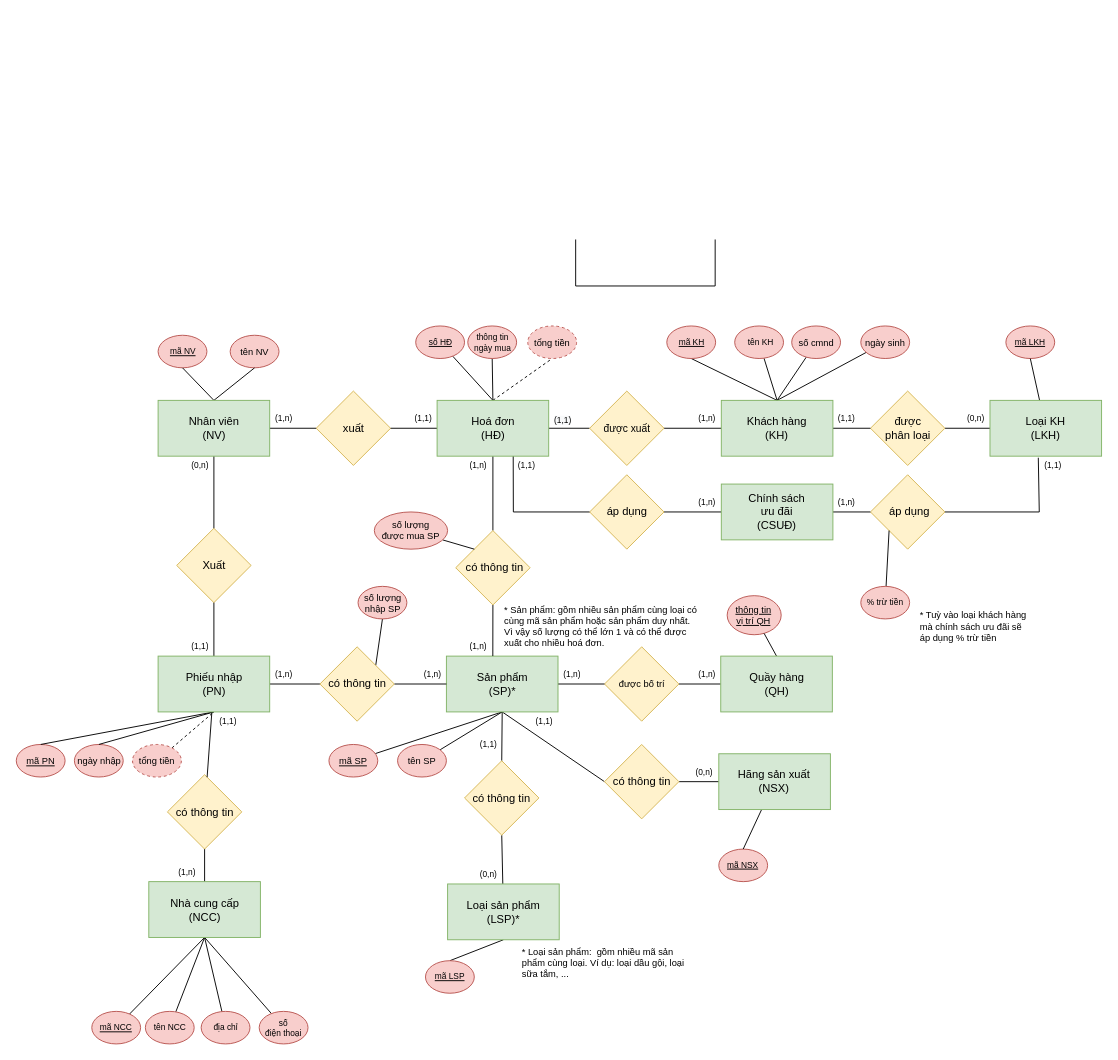
Above: EXERCISES/ER Diagram.drawio in andytino/Documents-Database (draw.io), before the change. Source tidied: cells renumbered, new cells numbered last; positions are measured from the earlier drawing's top-left corner, leaving out a move shared by most shapes. Both pictures are drawn from the tidied source at 93%, with x=0, y=0 at pixel (16, 118).
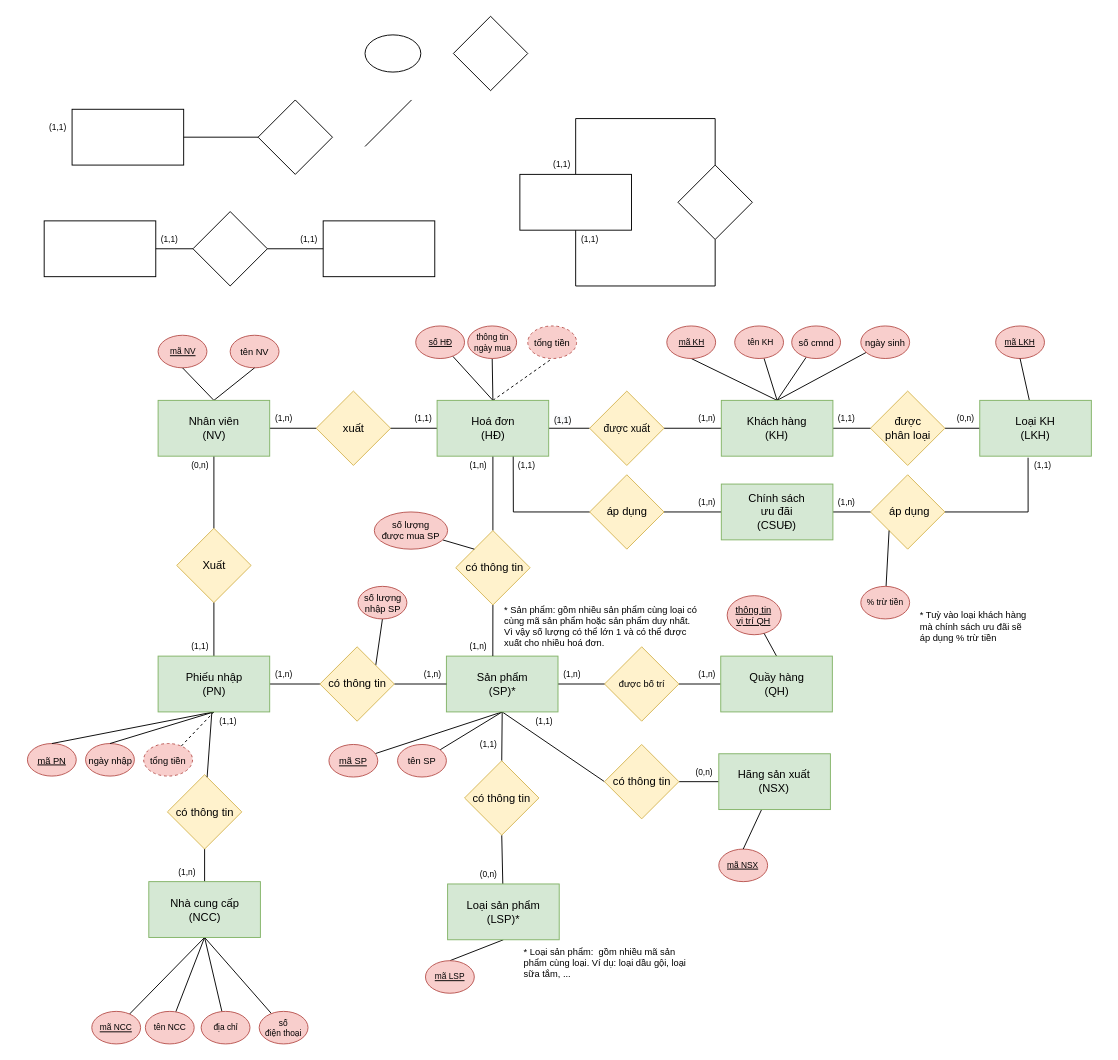
After the change.

Unchanged cells that the change refers to:
```xml
<mxCell id="2" style="group;" parent="1" vertex="1">
  <mxGeometry x="541.5" width="250" height="180" as="geometry" />
</mxCell>
<mxCell id="10" value="&amp;nbsp;áp dụng" style="rhombus;whiteSpace=wrap;html=1;rotation=0;fillColor=#fff2cc;strokeColor=#d6b656;" parent="1" vertex="1">
  <mxGeometry x="918.5" y="383" width="80" height="80" as="geometry" />
</mxCell>
```

The edit, as a diff of the source:
```diff
@@
+    <mxCell id="130" style="ellipse;whiteSpace=wrap;html=1;" parent="1" vertex="1">
+      <mxGeometry x="375" y="-90" width="60" height="40" as="geometry" />
+    </mxCell>
+    <mxCell id="131" style="endArrow=none;html=1;rounded=0;" parent="1" edge="1">
+      <mxGeometry relative="1" as="geometry">
+        <mxPoint x="375" y="30" as="sourcePoint" />
+        <mxPoint x="425" y="-20" as="targetPoint" />
+      </mxGeometry>
+    </mxCell>
@@
+    <mxCell id="132" style="rhombus;whiteSpace=wrap;html=1;fontFamily=Helvetica;fontSize=11;fontColor=default;" parent="2" vertex="1">
+      <mxGeometry x="170" y="50" width="80" height="80" as="geometry" />
+    </mxCell>
+    <mxCell id="133" style="edgeStyle=none;shape=connector;rounded=0;jettySize=auto;html=1;exitX=0.5;exitY=0;exitDx=0;exitDy=0;entryX=0.5;entryY=0;entryDx=0;entryDy=0;labelBackgroundColor=default;fontFamily=Helvetica;fontSize=11;fontColor=default;endArrow=none;strokeColor=default;" parent="2" edge="1" source="135" target="132">
+      <mxGeometry relative="1" as="geometry">
+        <Array as="points">
+          <mxPoint x="60" />
+          <mxPoint x="210" />
+        </Array>
+      </mxGeometry>
+    </mxCell>
-    <mxCell id="3" style="edgeStyle=none;shape=connector;rounded=0;orthogonalLoop=1;jettySize=auto;html=1;entryX=0.5;entryY=1;entryDx=0;entryDy=0;labelBackgroundColor=default;fontFamily=Helvetica;fontSize=11;fontColor=default;endArrow=none;strokeColor=default;exitX=0.5;exitY=1;exitDx=0;exitDy=0;" parent="2" edge="1">
+    <mxCell id="3" style="edgeStyle=none;shape=connector;rounded=0;jettySize=auto;html=1;entryX=0.5;entryY=1;entryDx=0;entryDy=0;labelBackgroundColor=default;fontFamily=Helvetica;fontSize=11;fontColor=default;endArrow=none;strokeColor=default;exitX=0.5;exitY=1;exitDx=0;exitDy=0;" parent="2" edge="1" source="135" target="132">
       <mxGeometry relative="1" as="geometry">
-        <mxPoint x="60" y="130" as="sourcePoint" />
-        <mxPoint x="210" y="130" as="targetPoint" />
         <Array as="points">
           <mxPoint x="60" y="180" />
           <mxPoint x="210" y="180" />
         </Array>
       </mxGeometry>
     </mxCell>
+    <mxCell id="134" style="group;" parent="2" vertex="1">
+      <mxGeometry y="40" width="120" height="100" as="geometry" />
+    </mxCell>
+    <mxCell id="135" style="rounded=0;whiteSpace=wrap;html=1;fontFamily=Helvetica;fontSize=11;fontColor=default;" parent="134" vertex="1">
+      <mxGeometry y="20" width="120" height="60" as="geometry" />
+    </mxCell>
+    <mxCell id="136" value="(1,1)" style="text;html=1;strokeColor=none;fillColor=none;align=center;verticalAlign=middle;whiteSpace=wrap;rounded=0;fontFamily=Helvetica;fontSize=9;fontColor=default;" parent="134" vertex="1">
+      <mxGeometry x="30" width="30" height="20" as="geometry" />
+    </mxCell>
+    <mxCell id="137" value="(1,1)" style="text;html=1;strokeColor=none;fillColor=none;align=center;verticalAlign=middle;whiteSpace=wrap;rounded=0;fontFamily=Helvetica;fontSize=9;fontColor=default;" parent="134" vertex="1">
+      <mxGeometry x="60" y="80" width="30" height="20" as="geometry" />
+    </mxCell>
+    <mxCell id="138" style="group;" parent="1" vertex="1">
+      <mxGeometry x="30" y="-10" width="150" height="60" as="geometry" />
+    </mxCell>
+    <mxCell id="139" style="rounded=0;whiteSpace=wrap;html=1;" parent="138" vertex="1">
+      <mxGeometry x="30" width="120" height="60" as="geometry" />
+    </mxCell>
+    <mxCell id="140" value="(1,1)" style="text;html=1;strokeColor=none;fillColor=none;align=center;verticalAlign=middle;whiteSpace=wrap;rounded=0;fontFamily=Helvetica;fontSize=9;fontColor=default;" parent="138" vertex="1">
+      <mxGeometry y="10" width="30" height="20" as="geometry" />
+    </mxCell>
+    <mxCell id="141" style="group;" parent="1" vertex="1">
+      <mxGeometry x="30" y="100" width="420" height="80" as="geometry" />
+    </mxCell>
+    <mxCell id="142" style="rhombus;whiteSpace=wrap;html=1;" parent="141" vertex="1">
+      <mxGeometry x="160" width="80" height="80" as="geometry" />
+    </mxCell>
+    <mxCell id="143" style="group;" parent="141" vertex="1">
+      <mxGeometry y="10" width="150" height="60" as="geometry" />
+    </mxCell>
+    <mxCell id="144" style="rounded=0;whiteSpace=wrap;html=1;" parent="143" vertex="1">
+      <mxGeometry width="120" height="60" as="geometry" />
+    </mxCell>
+    <mxCell id="145" value="(1,1)" style="text;html=1;strokeColor=none;fillColor=none;align=center;verticalAlign=middle;whiteSpace=wrap;rounded=0;fontFamily=Helvetica;fontSize=9;fontColor=default;" parent="143" vertex="1">
+      <mxGeometry x="120" y="10" width="30" height="20" as="geometry" />
+    </mxCell>
+    <mxCell id="146" style="edgeStyle=none;shape=connector;rounded=0;jettySize=auto;html=1;labelBackgroundColor=default;fontFamily=Helvetica;fontSize=11;fontColor=default;endArrow=none;strokeColor=default;" parent="141" edge="1" source="144" target="142">
+      <mxGeometry relative="1" as="geometry" />
+    </mxCell>
+    <mxCell id="147" style="group;" parent="141" vertex="1">
+      <mxGeometry x="270" y="10" width="150" height="60" as="geometry" />
+    </mxCell>
+    <mxCell id="148" style="rounded=0;whiteSpace=wrap;html=1;" parent="147" vertex="1">
+      <mxGeometry x="30" width="120" height="60" as="geometry" />
+    </mxCell>
+    <mxCell id="149" value="(1,1)" style="text;html=1;strokeColor=none;fillColor=none;align=center;verticalAlign=middle;whiteSpace=wrap;rounded=0;fontFamily=Helvetica;fontSize=9;fontColor=default;" parent="147" vertex="1">
+      <mxGeometry y="10" width="30" height="20" as="geometry" />
+    </mxCell>
+    <mxCell id="150" style="edgeStyle=none;shape=connector;rounded=0;jettySize=auto;html=1;entryX=0;entryY=0.5;entryDx=0;entryDy=0;labelBackgroundColor=default;fontFamily=Helvetica;fontSize=11;fontColor=default;endArrow=none;strokeColor=default;" parent="141" edge="1" source="142" target="148">
+      <mxGeometry relative="1" as="geometry" />
+    </mxCell>
+    <mxCell id="151" style="edgeStyle=none;shape=connector;rounded=0;jettySize=auto;html=1;entryX=1;entryY=0.5;entryDx=0;entryDy=0;labelBackgroundColor=default;fontFamily=Helvetica;fontSize=9;fontColor=default;endArrow=none;strokeColor=default;" parent="1" edge="1" source="152" target="139">
+      <mxGeometry relative="1" as="geometry" />
+    </mxCell>
+    <mxCell id="152" value="&lt;div style=&quot;text-align: start;&quot;&gt;&lt;span style=&quot;background-color: initial; font-size: 0px;&quot;&gt;&lt;font face=&quot;monospace&quot; color=&quot;rgba(0, 0, 0, 0)&quot;&gt;ds&lt;/font&gt;&lt;/span&gt;&lt;/div&gt;" style="rhombus;whiteSpace=wrap;html=1;" parent="1" vertex="1">
+      <mxGeometry x="260" y="-20" width="80" height="80" as="geometry" />
+    </mxCell>
+    <mxCell id="153" style="rhombus;whiteSpace=wrap;html=1;fontFamily=Helvetica;fontSize=11;fontColor=default;" parent="1" vertex="1">
+      <mxGeometry x="470" y="-110" width="80" height="80" as="geometry" />
+    </mxCell>
@@
     <mxCell id="11" style="edgeStyle=none;shape=connector;rounded=0;jettySize=auto;html=1;labelBackgroundColor=default;fontFamily=Helvetica;fontSize=9;fontColor=default;endArrow=none;strokeColor=default;entryX=1;entryY=0.5;entryDx=0;entryDy=0;exitX=0.433;exitY=1.028;exitDx=0;exitDy=0;exitPerimeter=0;" parent="1" edge="1" source="119" target="10">
       <mxGeometry relative="1" as="geometry">
         <Array as="points">
-          <mxPoint x="1100" y="423" />
+          <mxPoint x="1088" y="423" />
         </Array>
       </mxGeometry>
     </mxCell>
@@
     <mxCell id="21" value="&lt;u style=&quot;font-size: 10px;&quot;&gt;mã PN&lt;/u&gt;" style="ellipse;whiteSpace=wrap;html=1;fontSize=10;fillColor=#f8cecc;strokeColor=#b85450;" parent="1" vertex="1">
-      <mxGeometry y="673" width="52.5" height="35" as="geometry" />
+      <mxGeometry x="12" y="672" width="52.5" height="35" as="geometry" />
     </mxCell>
     <mxCell id="22" value="ngày nhập" style="ellipse;whiteSpace=wrap;html=1;fontSize=10;fillColor=#f8cecc;strokeColor=#b85450;" parent="1" vertex="1">
-      <mxGeometry x="62.5" y="673" width="52.5" height="35" as="geometry" />
+      <mxGeometry x="74.5" y="672" width="52.5" height="35" as="geometry" />
     </mxCell>
@@
     <mxCell id="26" value="tổng tiền" style="ellipse;whiteSpace=wrap;html=1;fontSize=10;dashed=1;fillColor=#f8cecc;strokeColor=#b85450;" parent="1" vertex="1">
-      <mxGeometry x="125" y="673" width="52.5" height="35" as="geometry" />
+      <mxGeometry x="137" y="672" width="52.5" height="35" as="geometry" />
     </mxCell>
@@
     <mxCell id="94" value="&lt;u&gt;mã LKH&lt;/u&gt;" style="ellipse;whiteSpace=wrap;html=1;fontSize=9;fillColor=#f8cecc;strokeColor=#b85450;" parent="1" vertex="1">
-      <mxGeometry x="1064.1" y="223" width="52.5" height="35" as="geometry" />
+      <mxGeometry x="1053.1" y="223" width="52.5" height="35" as="geometry" />
     </mxCell>
@@
-    <mxCell id="114" value="(1,1)" style="text;html=1;strokeColor=none;fillColor=none;align=center;verticalAlign=middle;whiteSpace=wrap;rounded=0;fontFamily=Helvetica;fontSize=9;fontColor=default;" parent="1" vertex="1">
-      <mxGeometry x="1100" y="363" width="30" height="20" as="geometry" />
-    </mxCell>
+    <mxCell id="154" value="(1,1)" style="text;html=1;strokeColor=none;fillColor=none;align=center;verticalAlign=middle;whiteSpace=wrap;rounded=0;fontFamily=Helvetica;fontSize=9;fontColor=default;" parent="1" vertex="1">
+      <mxGeometry x="1089" y="363" width="30" height="20" as="geometry" />
+    </mxCell>
@@
     <mxCell id="119" value="Loại KH&lt;br&gt;(LKH)" style="rounded=0;whiteSpace=wrap;html=1;fillColor=#d5e8d4;strokeColor=#82b366;" parent="1" vertex="1">
-      <mxGeometry x="1047" y="303" width="120" height="60" as="geometry" />
+      <mxGeometry x="1036" y="303" width="120" height="60" as="geometry" />
     </mxCell>
     <mxCell id="120" value="(0,n)" style="text;html=1;strokeColor=none;fillColor=none;align=center;verticalAlign=middle;whiteSpace=wrap;rounded=0;fontFamily=Helvetica;fontSize=9;fontColor=default;" parent="1" vertex="1">
-      <mxGeometry x="1017" y="313" width="30" height="20" as="geometry" />
+      <mxGeometry x="1006" y="313" width="30" height="20" as="geometry" />
     </mxCell>
@@
     <mxCell id="128" value="* Loại sản phẩm:&amp;nbsp; gồm nhiều mã sản phẩm cùng loại. Ví dụ: loại dầu gội, loại &lt;br&gt;sữa tắm, ..." style="text;html=1;strokeColor=none;fillColor=none;align=left;verticalAlign=middle;whiteSpace=wrap;rounded=0;dashed=1;fontFamily=Helvetica;fontSize=10;fontColor=default;" parent="1" vertex="1">
-      <mxGeometry x="541.5" y="893" width="188.5" height="30" as="geometry" />
+      <mxGeometry x="544" y="893" width="188.5" height="30" as="geometry" />
     </mxCell>
```
